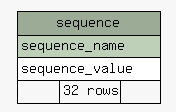
This is osznconnection-db/doc/osznconnection/diagrams/summary/sequence.1degree.png from complitex/svn_osznconnection, a Graphviz export, as it was before one commit. Its source is kept beside it as osznconnection-db/doc/osznconnection/diagrams/summary/sequence.1degree.dot.
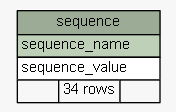
Above is the later version.

Diff of the diagram source:
```diff
@@ -21,7 +21,7 @@
       <TR><TD COLSPAN="3" BGCOLOR="#9bab96" ALIGN="CENTER">sequence</TD></TR>
       <TR><TD PORT="sequence_name" COLSPAN="3" BGCOLOR="#bed1b8" ALIGN="LEFT">sequence_name</TD></TR>
       <TR><TD PORT="sequence_value" COLSPAN="3" ALIGN="LEFT">sequence_value</TD></TR>
-      <TR><TD ALIGN="LEFT" BGCOLOR="#f7f7f7">  </TD><TD ALIGN="RIGHT" BGCOLOR="#f7f7f7">32 rows</TD><TD ALIGN="RIGHT" BGCOLOR="#f7f7f7">  </TD></TR>
+      <TR><TD ALIGN="LEFT" BGCOLOR="#f7f7f7">  </TD><TD ALIGN="RIGHT" BGCOLOR="#f7f7f7">34 rows</TD><TD ALIGN="RIGHT" BGCOLOR="#f7f7f7">  </TD></TR>
     </TABLE>>
     URL="tables/sequence.html"
     tooltip="sequence"
```
